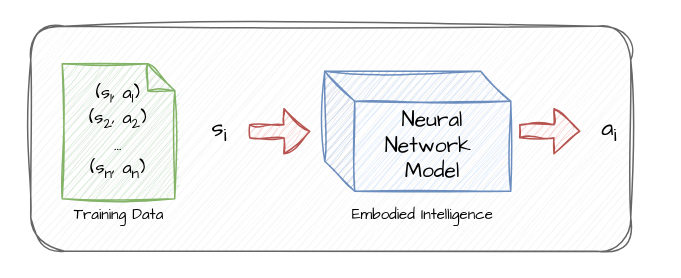
Earlier version of the draw.io diagram draw/bc.drawio (stuPETER12138/SquashDrawing). Source tidied: cells renumbered, new cells numbered last; positions are measured from the earlier drawing's top-left corner, leaving out a move shared by most shapes. Both pictures are drawn from the tidied source at 150%, with x=0, y=0 at pixel (30, 26).
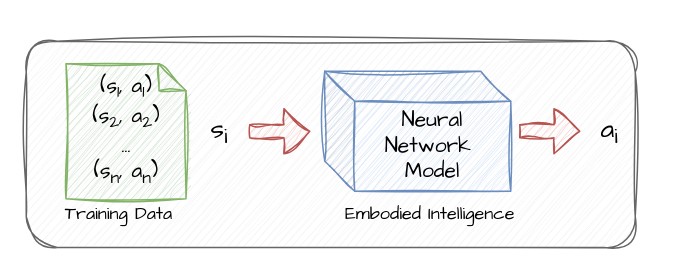
After the change.

Change to the diagram source:
```diff
@@
 <mxGraphModel>
   <root>
     <mxCell id="0" />
     <mxCell id="1" parent="0" />
     <mxCell id="2" style="rounded=1;whiteSpace=wrap;html=1;sketch=1;curveFitting=1;jiggle=2;fillColor=#f5f5f5;strokeColor=#666666;fontColor=#333333;" parent="1" vertex="1">
-      <mxGeometry width="400" height="150" as="geometry" />
+      <mxGeometry x="-3" y="10" width="406" height="137.5" as="geometry" />
     </mxCell>
     <mxCell id="3" value="&lt;font face=&quot;Comic Sans MS&quot; style=&quot;font-size: 14px;&quot;&gt;Neural Network&amp;nbsp;&lt;/font&gt;&lt;div&gt;&lt;font face=&quot;Comic Sans MS&quot; style=&quot;font-size: 14px;&quot;&gt;Model&lt;/font&gt;&lt;/div&gt;" style="shape=cube;whiteSpace=wrap;html=1;boundedLbl=1;backgroundOutline=1;darkOpacity=0.05;darkOpacity2=0.1;sketch=1;curveFitting=1;jiggle=2;fillColor=#dae8fc;strokeColor=#6c8ebf;" parent="1" vertex="1">
       <mxGeometry x="196" y="30" width="124" height="80" as="geometry" />
     </mxCell>
-    <mxCell id="4" value="&lt;font face=&quot;Comic Sans MS&quot; style=&quot;font-size: 16px;&quot;&gt;s&lt;sub style=&quot;&quot;&gt;i&lt;/sub&gt;&lt;/font&gt;" style="text;html=1;align=center;verticalAlign=middle;whiteSpace=wrap;rounded=0;" parent="1" vertex="1">
+    <mxCell id="4" value="&lt;font face=&quot;Comic Sans MS&quot; style=&quot;font-size: 18px;&quot;&gt;s&lt;sub style=&quot;&quot;&gt;i&lt;/sub&gt;&lt;/font&gt;" style="text;html=1;align=center;verticalAlign=middle;whiteSpace=wrap;rounded=0;" parent="1" vertex="1">
       <mxGeometry x="96" y="55" width="60" height="30" as="geometry" />
     </mxCell>
-    <mxCell id="5" value="&lt;div style=&quot;&quot;&gt;&lt;span style=&quot;background-color: transparent; color: light-dark(rgb(0, 0, 0), rgb(255, 255, 255));&quot;&gt;&lt;font face=&quot;Comic Sans MS&quot; style=&quot;font-size: 16px;&quot;&gt;a&lt;sub style=&quot;&quot;&gt;i&lt;/sub&gt;&lt;/font&gt;&lt;/span&gt;&lt;/div&gt;" style="text;html=1;align=center;verticalAlign=middle;whiteSpace=wrap;rounded=0;" parent="1" vertex="1">
+    <mxCell id="5" value="&lt;div style=&quot;&quot;&gt;&lt;span style=&quot;background-color: transparent; color: light-dark(rgb(0, 0, 0), rgb(255, 255, 255));&quot;&gt;&lt;font face=&quot;Comic Sans MS&quot; style=&quot;font-size: 18px;&quot;&gt;a&lt;sub style=&quot;&quot;&gt;i&lt;/sub&gt;&lt;/font&gt;&lt;/span&gt;&lt;/div&gt;" style="text;html=1;align=center;verticalAlign=middle;whiteSpace=wrap;rounded=0;" parent="1" vertex="1">
       <mxGeometry x="356" y="55" width="60" height="30" as="geometry" />
     </mxCell>
     <mxCell id="6" style="shape=singleArrow;whiteSpace=wrap;html=1;arrowWidth=0.2895348837209298;arrowSize=0.4302325581395337;sketch=1;curveFitting=1;jiggle=2;fillColor=#f8cecc;strokeColor=#b85450;" parent="1" vertex="1">
       <mxGeometry x="146" y="55" width="40" height="30" as="geometry" />
     </mxCell>
     <mxCell id="7" style="shape=singleArrow;whiteSpace=wrap;html=1;arrowWidth=0.2895348837209298;arrowSize=0.4302325581395337;sketch=1;curveFitting=1;jiggle=2;fillColor=#f8cecc;strokeColor=#b85450;" parent="1" vertex="1">
       <mxGeometry x="326" y="55" width="40" height="30" as="geometry" />
     </mxCell>
-    <mxCell id="8" value="&lt;div&gt;&lt;font face=&quot;Comic Sans MS&quot;&gt;&lt;span style=&quot;background-color: transparent; color: light-dark(rgb(0, 0, 0), rgb(255, 255, 255));&quot;&gt;(s&lt;/span&gt;&lt;sub style=&quot;background-color: transparent; color: light-dark(rgb(0, 0, 0), rgb(255, 255, 255));&quot;&gt;1&lt;/sub&gt;&lt;span style=&quot;background-color: transparent; color: light-dark(rgb(0, 0, 0), rgb(255, 255, 255));&quot;&gt;, a&lt;/span&gt;&lt;sub style=&quot;background-color: transparent; color: light-dark(rgb(0, 0, 0), rgb(255, 255, 255));&quot;&gt;1&lt;/sub&gt;&lt;span style=&quot;background-color: transparent; color: light-dark(rgb(0, 0, 0), rgb(255, 255, 255));&quot;&gt;)&lt;/span&gt;&lt;/font&gt;&lt;/div&gt;&lt;div&gt;&lt;font face=&quot;Comic Sans MS&quot;&gt;(s&lt;sub&gt;2&lt;/sub&gt;, a&lt;sub style=&quot;&quot;&gt;2&lt;/sub&gt;)&lt;/font&gt;&lt;/div&gt;&lt;div&gt;&lt;font face=&quot;Comic Sans MS&quot;&gt;...&lt;/font&gt;&lt;/div&gt;&lt;div&gt;&lt;font face=&quot;Comic Sans MS&quot;&gt;(s&lt;sub style=&quot;&quot;&gt;n&lt;/sub&gt;, a&lt;sub style=&quot;&quot;&gt;n&lt;/sub&gt;)&lt;/font&gt;&lt;span style=&quot;font-family: &amp;quot;Comic Sans MS&amp;quot;;&quot;&gt;&lt;/span&gt;&lt;/div&gt;" style="shape=note;whiteSpace=wrap;html=1;backgroundOutline=1;darkOpacity=0.05;sketch=1;curveFitting=1;jiggle=2;fillColor=#d5e8d4;strokeColor=#82b366;size=18;" parent="1" vertex="1">
-      <mxGeometry x="21" y="25" width="75" height="90" as="geometry" />
+    <mxCell id="8" value="&lt;div&gt;&lt;font style=&quot;font-size: 14px;&quot; face=&quot;Comic Sans MS&quot;&gt;&lt;span style=&quot;background-color: transparent; color: light-dark(rgb(0, 0, 0), rgb(255, 255, 255));&quot;&gt;(s&lt;/span&gt;&lt;sub style=&quot;background-color: transparent; color: light-dark(rgb(0, 0, 0), rgb(255, 255, 255));&quot;&gt;1&lt;/sub&gt;&lt;span style=&quot;background-color: transparent; color: light-dark(rgb(0, 0, 0), rgb(255, 255, 255));&quot;&gt;, a&lt;/span&gt;&lt;sub style=&quot;background-color: transparent; color: light-dark(rgb(0, 0, 0), rgb(255, 255, 255));&quot;&gt;1&lt;/sub&gt;&lt;span style=&quot;background-color: transparent; color: light-dark(rgb(0, 0, 0), rgb(255, 255, 255));&quot;&gt;)&lt;/span&gt;&lt;/font&gt;&lt;/div&gt;&lt;div&gt;&lt;font style=&quot;font-size: 14px;&quot; face=&quot;Comic Sans MS&quot;&gt;(s&lt;sub&gt;2&lt;/sub&gt;, a&lt;sub style=&quot;&quot;&gt;2&lt;/sub&gt;)&lt;/font&gt;&lt;/div&gt;&lt;div&gt;&lt;font style=&quot;font-size: 14px;&quot; face=&quot;Comic Sans MS&quot;&gt;...&lt;/font&gt;&lt;/div&gt;&lt;div&gt;&lt;font style=&quot;font-size: 14px;&quot; face=&quot;Comic Sans MS&quot;&gt;(s&lt;sub style=&quot;&quot;&gt;n&lt;/sub&gt;, a&lt;sub style=&quot;&quot;&gt;n&lt;/sub&gt;)&lt;/font&gt;&lt;span style=&quot;font-family: &amp;quot;Comic Sans MS&amp;quot;;&quot;&gt;&lt;/span&gt;&lt;/div&gt;" style="shape=note;whiteSpace=wrap;html=1;backgroundOutline=1;darkOpacity=0.05;sketch=1;curveFitting=1;jiggle=2;fillColor=#d5e8d4;strokeColor=#82b366;size=18;" parent="1" vertex="1">
+      <mxGeometry x="23.5" y="25" width="80" height="90" as="geometry" />
     </mxCell>
-    <mxCell id="9" value="&lt;font style=&quot;font-size: 10px;&quot; face=&quot;Comic Sans MS&quot;&gt;Training Data&lt;/font&gt;" style="text;html=1;align=center;verticalAlign=middle;whiteSpace=wrap;rounded=0;" parent="1" vertex="1">
+    <mxCell id="9" value="&lt;font face=&quot;Comic Sans MS&quot;&gt;Training Data&lt;/font&gt;" style="text;html=1;align=center;verticalAlign=middle;whiteSpace=wrap;rounded=0;" parent="1" vertex="1">
       <mxGeometry x="13.5" y="110" width="90" height="30" as="geometry" />
     </mxCell>
-    <mxCell id="10" value="&lt;font face=&quot;Comic Sans MS&quot;&gt;&lt;span style=&quot;font-size: 10px;&quot;&gt;Embodied Intelligence&lt;/span&gt;&lt;/font&gt;" style="text;html=1;align=center;verticalAlign=middle;whiteSpace=wrap;rounded=0;" parent="1" vertex="1">
-      <mxGeometry x="203" y="110" width="117" height="30" as="geometry" />
+    <mxCell id="10" value="&lt;font face=&quot;Comic Sans MS&quot;&gt;Embodied Intelligence&lt;/font&gt;" style="text;html=1;align=center;verticalAlign=middle;whiteSpace=wrap;rounded=0;" parent="1" vertex="1">
+      <mxGeometry x="200" y="110" width="133" height="30" as="geometry" />
     </mxCell>
   </root>
 </mxGraphModel>
```
